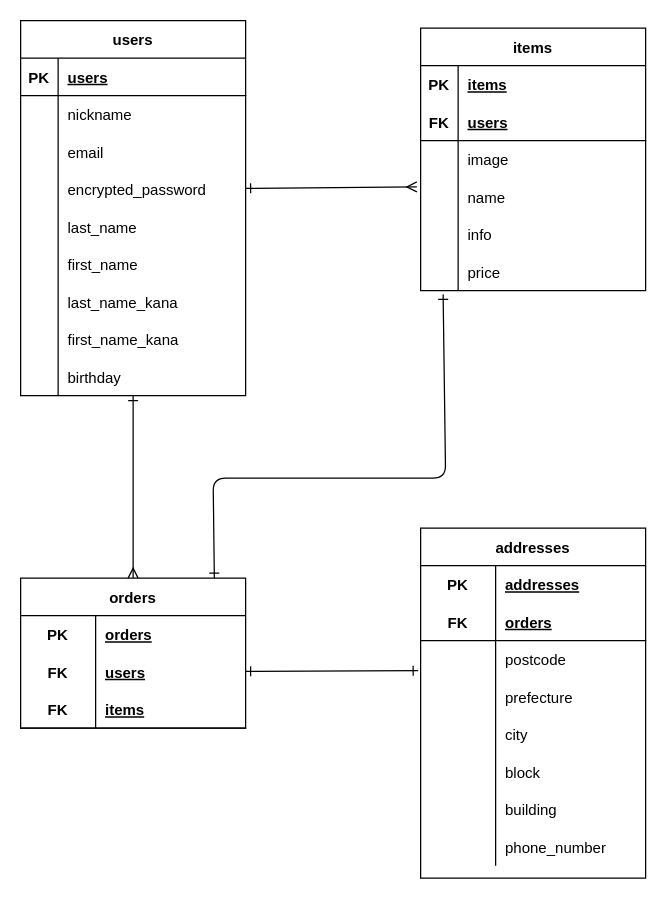
The draw.io diagram er.dio in y-komurasaki/furima-37339, before the edit. Source tidied: cells renumbered, new cells numbered last; positions are measured from the earlier drawing's top-left corner, leaving out a move shared by most shapes. Both pictures are drawn from the tidied source at 125%, with x=0, y=0 at pixel (20, 20).
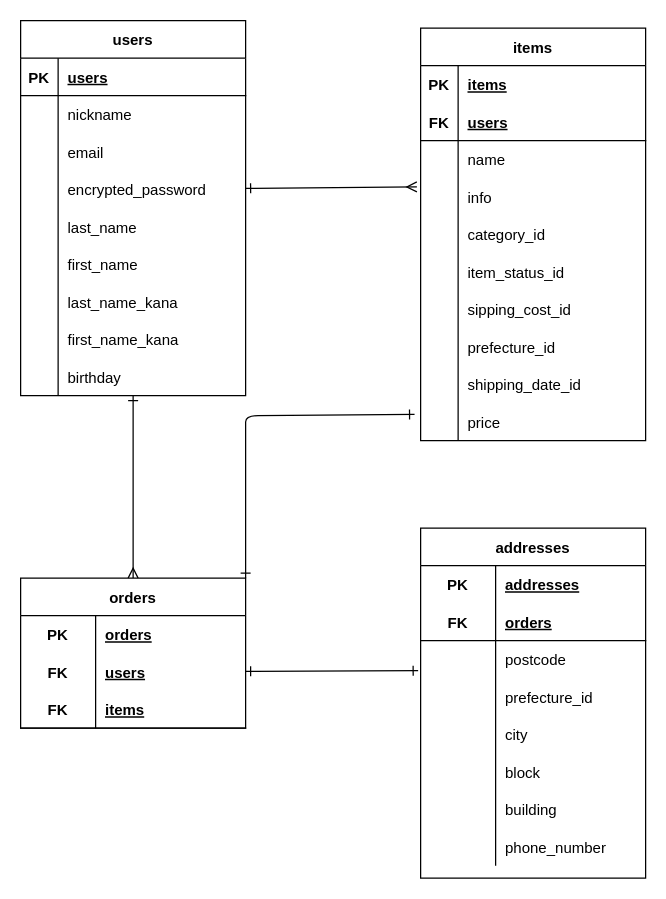
The same diagram, later.

Commit message (it also covers changes not shown here):
ER図・README修正１

Unchanged cells that the change refers to:
```xml
<mxCell id="13" style="shape=partialRectangle;fillColor=none;top=0;left=0;bottom=0;right=0;points=[[0,0.5],[1,0.5]];portConstraint=eastwest;" parent="3" vertex="1">
  <mxGeometry y="120" width="180" height="30" as="geometry" />
</mxCell>
<mxCell id="50" value="orders" style="shape=table;startSize=30;childLayout=tableLayout;rowLines=0;fontStyle=1;align=center;" parent="1" vertex="1">
  <mxGeometry y="446" width="180" height="120" as="geometry" />
</mxCell>
<mxCell id="70" style="shape=partialRectangle;fillColor=none;top=0;left=0;bottom=0;right=0;" parent="60" vertex="1">
  <mxGeometry y="120" width="180" height="30" as="geometry" />
</mxCell>
```

Diff of the diagram source:
```diff
@@
     <mxCell id="31" value="items" style="shape=table;startSize=30;childLayout=tableLayout;rowLines=0;fontStyle=1;align=center;" parent="1" vertex="1">
-      <mxGeometry x="320" y="6" width="180" height="210" as="geometry" />
+      <mxGeometry x="320" y="6" width="180" height="330" as="geometry" />
     </mxCell>
@@
-    <mxCell id="38" style="shape=partialRectangle;fillColor=none;top=0;left=0;bottom=0;right=0;" parent="31" vertex="1">
-      <mxGeometry y="90" width="180" height="30" as="geometry" />
-    </mxCell>
-    <mxCell id="39" style="shape=partialRectangle;fillColor=none;top=0;left=0;bottom=0;right=0;overflow=hidden;" parent="38" vertex="1">
-      <mxGeometry width="30" height="30" as="geometry" />
-    </mxCell>
-    <mxCell id="40" value="image" style="shape=partialRectangle;fillColor=none;top=0;left=0;bottom=0;right=0;align=left;spacingLeft=6;overflow=hidden;" parent="38" vertex="1">
-      <mxGeometry x="30" width="150" height="30" as="geometry" />
-    </mxCell>
     <mxCell id="41" style="shape=partialRectangle;fillColor=none;top=0;left=0;bottom=0;right=0;points=[[0,0.5],[1,0.5]];portConstraint=eastwest;" parent="31" vertex="1">
-      <mxGeometry y="120" width="180" height="30" as="geometry" />
+      <mxGeometry y="90" width="180" height="30" as="geometry" />
     </mxCell>
@@
     <mxCell id="44" style="shape=partialRectangle;fillColor=none;top=0;left=0;bottom=0;right=0;" parent="31" vertex="1">
-      <mxGeometry y="150" width="180" height="30" as="geometry" />
+      <mxGeometry y="120" width="180" height="30" as="geometry" />
     </mxCell>
@@
     <mxCell id="47" style="shape=partialRectangle;fillColor=none;top=0;left=0;bottom=0;right=0;points=[[0,0.5],[1,0.5]];portConstraint=eastwest;" parent="31" vertex="1">
-      <mxGeometry y="180" width="180" height="30" as="geometry" />
+      <mxGeometry y="150" width="180" height="30" as="geometry" />
     </mxCell>
@@
-    <mxCell id="49" value="price" style="shape=partialRectangle;fillColor=none;top=0;left=0;bottom=0;right=0;align=left;spacingLeft=6;overflow=hidden;" parent="47" vertex="1">
+    <mxCell id="49" value="category_id" style="shape=partialRectangle;fillColor=none;top=0;left=0;bottom=0;right=0;align=left;spacingLeft=6;overflow=hidden;" parent="47" vertex="1">
       <mxGeometry x="30" width="150" height="30" as="geometry" />
     </mxCell>
+    <mxCell id="88" style="shape=partialRectangle;fillColor=none;top=0;left=0;bottom=0;right=0;" parent="31" vertex="1">
+      <mxGeometry y="180" width="180" height="30" as="geometry" />
+    </mxCell>
+    <mxCell id="89" style="shape=partialRectangle;fillColor=none;top=0;left=0;bottom=0;right=0;overflow=hidden;" parent="88" vertex="1">
+      <mxGeometry width="30" height="30" as="geometry" />
+    </mxCell>
+    <mxCell id="90" value="item_status_id" style="shape=partialRectangle;fillColor=none;top=0;left=0;bottom=0;right=0;align=left;spacingLeft=6;overflow=hidden;" parent="88" vertex="1">
+      <mxGeometry x="30" width="150" height="30" as="geometry" />
+    </mxCell>
+    <mxCell id="91" style="shape=partialRectangle;fillColor=none;top=0;left=0;bottom=0;right=0;" parent="31" vertex="1">
+      <mxGeometry y="210" width="180" height="30" as="geometry" />
+    </mxCell>
+    <mxCell id="92" style="shape=partialRectangle;fillColor=none;top=0;left=0;bottom=0;right=0;overflow=hidden;" parent="91" vertex="1">
+      <mxGeometry width="30" height="30" as="geometry" />
+    </mxCell>
+    <mxCell id="93" value="sipping_cost_id" style="shape=partialRectangle;fillColor=none;top=0;left=0;bottom=0;right=0;align=left;spacingLeft=6;overflow=hidden;" parent="91" vertex="1">
+      <mxGeometry x="30" width="150" height="30" as="geometry" />
+    </mxCell>
+    <mxCell id="94" style="shape=partialRectangle;fillColor=none;top=0;left=0;bottom=0;right=0;" parent="31" vertex="1">
+      <mxGeometry y="240" width="180" height="30" as="geometry" />
+    </mxCell>
+    <mxCell id="95" style="shape=partialRectangle;fillColor=none;top=0;left=0;bottom=0;right=0;overflow=hidden;" parent="94" vertex="1">
+      <mxGeometry width="30" height="30" as="geometry" />
+    </mxCell>
+    <mxCell id="96" value="prefecture_id" style="shape=partialRectangle;fillColor=none;top=0;left=0;bottom=0;right=0;align=left;spacingLeft=6;overflow=hidden;" parent="94" vertex="1">
+      <mxGeometry x="30" width="150" height="30" as="geometry" />
+    </mxCell>
+    <mxCell id="97" style="shape=partialRectangle;fillColor=none;top=0;left=0;bottom=0;right=0;" parent="31" vertex="1">
+      <mxGeometry y="270" width="180" height="30" as="geometry" />
+    </mxCell>
+    <mxCell id="98" style="shape=partialRectangle;fillColor=none;top=0;left=0;bottom=0;right=0;overflow=hidden;" parent="97" vertex="1">
+      <mxGeometry width="30" height="30" as="geometry" />
+    </mxCell>
+    <mxCell id="99" value="shipping_date_id" style="shape=partialRectangle;fillColor=none;top=0;left=0;bottom=0;right=0;align=left;spacingLeft=6;overflow=hidden;" parent="97" vertex="1">
+      <mxGeometry x="30" width="150" height="30" as="geometry" />
+    </mxCell>
+    <mxCell id="100" style="shape=partialRectangle;fillColor=none;top=0;left=0;bottom=0;right=0;points=[[0,0.5],[1,0.5]];portConstraint=eastwest;" parent="31" vertex="1">
+      <mxGeometry y="300" width="180" height="30" as="geometry" />
+    </mxCell>
+    <mxCell id="101" style="shape=partialRectangle;fillColor=none;top=0;left=0;bottom=0;right=0;overflow=hidden;" parent="100" vertex="1">
+      <mxGeometry width="30" height="30" as="geometry" />
+    </mxCell>
+    <mxCell id="102" value="price" style="shape=partialRectangle;fillColor=none;top=0;left=0;bottom=0;right=0;align=left;spacingLeft=6;overflow=hidden;" parent="100" vertex="1">
+      <mxGeometry x="30" width="150" height="30" as="geometry" />
+    </mxCell>
@@
-    <mxCell id="72" value="prefecture" style="shape=partialRectangle;fillColor=none;top=0;left=0;bottom=0;right=0;align=left;spacingLeft=6;overflow=hidden;" parent="70" vertex="1">
+    <mxCell id="72" value="prefecture_id" style="shape=partialRectangle;fillColor=none;top=0;left=0;bottom=0;right=0;align=left;spacingLeft=6;overflow=hidden;" parent="70" vertex="1">
       <mxGeometry x="60" width="120" height="30" as="geometry" />
     </mxCell>
@@
-    <mxCell id="85" style="edgeStyle=none;html=1;entryX=-0.017;entryY=0.233;entryDx=0;entryDy=0;entryPerimeter=0;startArrow=ERone;startFill=0;endArrow=ERmany;endFill=0;endSize=6;sourcePerimeterSpacing=0;" parent="1" edge="1" source="13" target="41">
+    <mxCell id="85" style="edgeStyle=none;html=1;startArrow=ERone;startFill=0;endArrow=ERmany;endFill=0;endSize=6;sourcePerimeterSpacing=0;" parent="1" edge="1" source="13">
       <mxGeometry relative="1" as="geometry">
+        <mxPoint x="317" y="133" as="targetPoint" />
         <Array as="points">
           <mxPoint x="317" y="133" />
         </Array>
       </mxGeometry>
     </mxCell>
@@
-    <mxCell id="87" style="edgeStyle=none;html=1;startArrow=ERone;startFill=0;endArrow=ERone;endFill=0;endSize=6;sourcePerimeterSpacing=0;entryX=0.1;entryY=1.1;entryDx=0;entryDy=0;entryPerimeter=0;exitX=0.861;exitY=0;exitDx=0;exitDy=0;exitPerimeter=0;" parent="1" edge="1" source="50" target="47">
-      <mxGeometry relative="1" as="geometry">
-        <Array as="points">
-          <mxPoint x="154" y="366" />
-          <mxPoint x="340" y="366" />
-        </Array>
-      </mxGeometry>
-    </mxCell>
+    <mxCell id="103" style="edgeStyle=none;html=1;entryX=-0.027;entryY=0.302;entryDx=0;entryDy=0;startArrow=ERone;startFill=0;endArrow=ERone;endFill=0;endSize=6;sourcePerimeterSpacing=0;entryPerimeter=0;exitX=1;exitY=0;exitDx=0;exitDy=0;" parent="1" edge="1" source="50" target="100">
+      <mxGeometry relative="1" as="geometry">
+        <Array as="points">
+          <mxPoint x="180" y="336" />
+          <mxPoint x="180" y="316" />
+        </Array>
+      </mxGeometry>
+    </mxCell>
```
